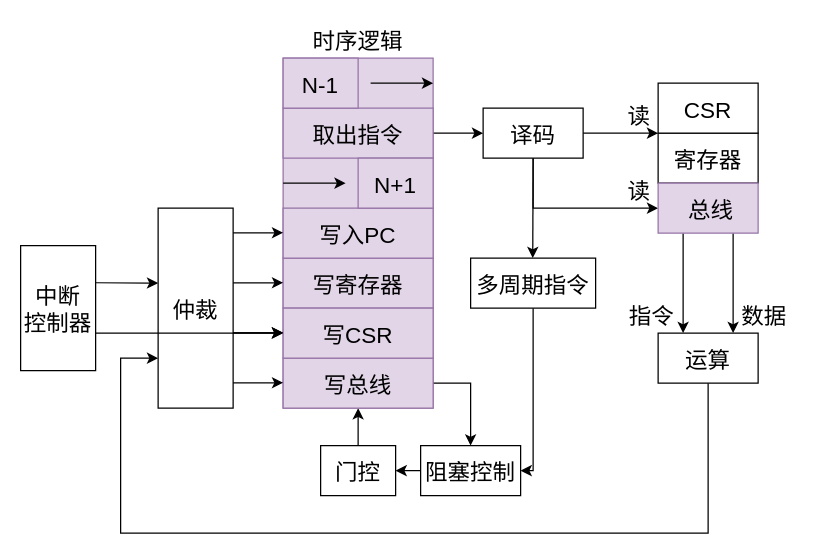
This is pic/drawio/流程框图.drawio from xiaowuzxc/SparrowRV, a draw.io file, before an edit. Source tidied: cells renumbered, new cells numbered last; positions are measured from the earlier drawing's top-left corner, leaving out a move shared by most shapes. Both pictures are drawn from the tidied source at 125%, with x=0, y=0 at pixel (20, 20).
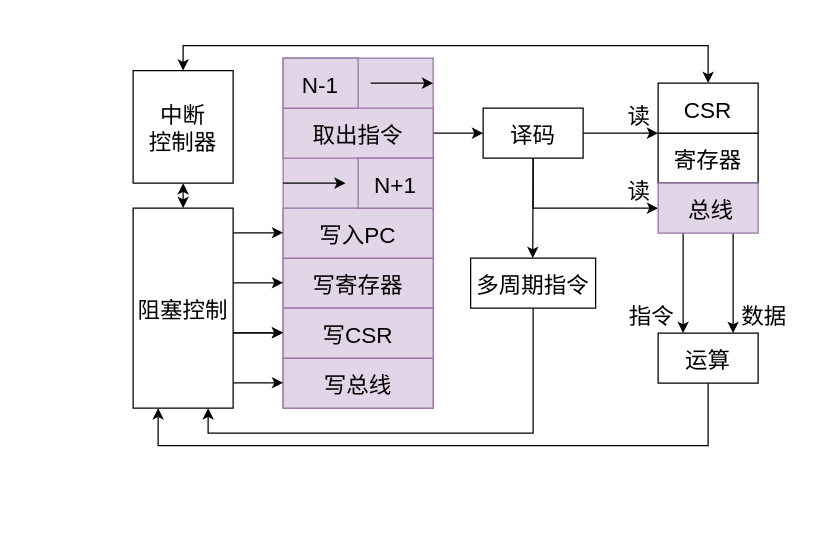
The same diagram, later.

Unchanged cells that the change refers to:
```xml
<mxCell id="14" value="写总线" style="fontSize=18;fillColor=#e1d5e7;strokeColor=#9673a6;" parent="1" vertex="1">
  <mxGeometry x="210" y="270" width="120" height="40" as="geometry" />
</mxCell>
<mxCell id="21" value="CSR" style="fontSize=18;" parent="1" vertex="1">
  <mxGeometry x="510" y="50" width="80" height="40" as="geometry" />
</mxCell>
<mxCell id="23" value="运算" style="rounded=0;fontSize=18;" parent="1" vertex="1">
  <mxGeometry x="510" y="250" width="80" height="40" as="geometry" />
</mxCell>
<mxCell id="25" value="多周期指令" style="fontSize=18;" parent="1" vertex="1">
  <mxGeometry x="360" y="190" width="100" height="40" as="geometry" />
</mxCell>
```

Change to the diagram source:
```diff
@@
-    <mxCell id="3" value="门控" style="rounded=0;fontSize=18;" parent="1" vertex="1">
-      <mxGeometry x="240" y="340" width="60" height="40" as="geometry" />
-    </mxCell>
-    <mxCell id="4" style="endArrow=classic;rounded=0;fontSize=18;" parent="1" edge="1">
-      <mxGeometry relative="1" as="geometry">
-        <mxPoint x="270" y="340" as="sourcePoint" />
-        <mxPoint x="270" y="310" as="targetPoint" />
-      </mxGeometry>
-    </mxCell>
@@
-    <mxCell id="13" style="edgeStyle=orthogonalEdgeStyle;rounded=0;jettySize=auto;exitX=1;exitY=0.5;exitDx=0;exitDy=0;entryX=0.5;entryY=0;entryDx=0;entryDy=0;fontSize=18;" parent="1" edge="1" source="14" target="38">
-      <mxGeometry relative="1" as="geometry" />
-    </mxCell>
@@
-    <mxCell id="16" value="时序逻辑" style="text;align=center;verticalAlign=middle;strokeColor=none;fillColor=none;fontSize=18;" parent="1" vertex="1">
-      <mxGeometry x="225" width="90" height="30" as="geometry" />
-    </mxCell>
@@
-    <mxCell id="22" style="edgeStyle=orthogonalEdgeStyle;rounded=0;jettySize=auto;exitX=0.5;exitY=1;exitDx=0;exitDy=0;entryX=0;entryY=0.75;entryDx=0;entryDy=0;fontSize=18;" parent="1" edge="1" source="23" target="31">
+    <mxCell id="22" style="edgeStyle=orthogonalEdgeStyle;rounded=0;jettySize=auto;exitX=0.5;exitY=1;exitDx=0;exitDy=0;entryX=0.25;entryY=1;entryDx=0;entryDy=0;fontSize=18;" parent="1" edge="1" source="23" target="38">
       <mxGeometry relative="1" as="geometry">
         <Array as="points">
-          <mxPoint x="550" y="410" />
-          <mxPoint x="80" y="410" />
-          <mxPoint x="80" y="270" />
+          <mxPoint x="550" y="340" />
+          <mxPoint x="110" y="340" />
         </Array>
       </mxGeometry>
     </mxCell>
@@
-    <mxCell id="24" style="edgeStyle=orthogonalEdgeStyle;rounded=0;jettySize=auto;exitX=0.5;exitY=1;exitDx=0;exitDy=0;entryX=1;entryY=0.5;entryDx=0;entryDy=0;fontSize=18;" parent="1" edge="1" source="25" target="38">
-      <mxGeometry relative="1" as="geometry">
-        <Array as="points">
-          <mxPoint x="410" y="360" />
-        </Array>
-      </mxGeometry>
+    <mxCell id="24" style="edgeStyle=orthogonalEdgeStyle;rounded=0;jettySize=auto;html=1;exitX=0.5;exitY=1;exitDx=0;exitDy=0;entryX=0.75;entryY=1;entryDx=0;entryDy=0;" parent="1" edge="1" source="25" target="38">
+      <mxGeometry relative="1" as="geometry" />
     </mxCell>
@@
-    <mxCell id="31" value="仲裁" style="rounded=0;fontSize=18;" parent="1" vertex="1">
-      <mxGeometry x="110" y="150" width="60" height="160" as="geometry" />
-    </mxCell>
@@
+    <mxCell id="45" style="edgeStyle=orthogonalEdgeStyle;rounded=0;jettySize=auto;html=1;exitX=0.5;exitY=0;exitDx=0;exitDy=0;entryX=0.5;entryY=0;entryDx=0;entryDy=0;startArrow=classic;startFill=1;" parent="1" edge="1" source="36" target="21">
+      <mxGeometry relative="1" as="geometry" />
+    </mxCell>
+    <mxCell id="46" style="edgeStyle=orthogonalEdgeStyle;rounded=0;jettySize=auto;html=1;exitX=0.5;exitY=1;exitDx=0;exitDy=0;entryX=0.5;entryY=0;entryDx=0;entryDy=0;startArrow=classic;startFill=1;" parent="1" edge="1" source="36" target="38">
+      <mxGeometry relative="1" as="geometry" />
+    </mxCell>
     <mxCell id="36" value="中断&#10;控制器" style="fontSize=18;" parent="1" vertex="1">
-      <mxGeometry y="180" width="60" height="100" as="geometry" />
+      <mxGeometry x="90" y="40" width="80" height="90" as="geometry" />
     </mxCell>
-    <mxCell id="37" style="edgeStyle=orthogonalEdgeStyle;rounded=0;jettySize=auto;exitX=0;exitY=0.5;exitDx=0;exitDy=0;entryX=1;entryY=0.5;entryDx=0;entryDy=0;fontSize=18;" parent="1" edge="1" source="38" target="3">
-      <mxGeometry relative="1" as="geometry" />
-    </mxCell>
     <mxCell id="38" value="阻塞控制" style="fontSize=18;" parent="1" vertex="1">
-      <mxGeometry x="320" y="340" width="80" height="40" as="geometry" />
+      <mxGeometry x="90" y="150" width="80" height="160" as="geometry" />
     </mxCell>
@@
-    <mxCell id="43" style="endArrow=classic;rounded=0;fontSize=18;" parent="1" edge="1">
-      <mxGeometry relative="1" as="geometry">
-        <mxPoint x="60" y="250" as="sourcePoint" />
-        <mxPoint x="210" y="250" as="targetPoint" />
-      </mxGeometry>
-    </mxCell>
-    <mxCell id="44" style="endArrow=classic;rounded=0;fontSize=18;" parent="1" edge="1">
-      <mxGeometry relative="1" as="geometry">
-        <mxPoint x="60" y="209.7" as="sourcePoint" />
-        <mxPoint x="110" y="210" as="targetPoint" />
-      </mxGeometry>
-    </mxCell>
```
